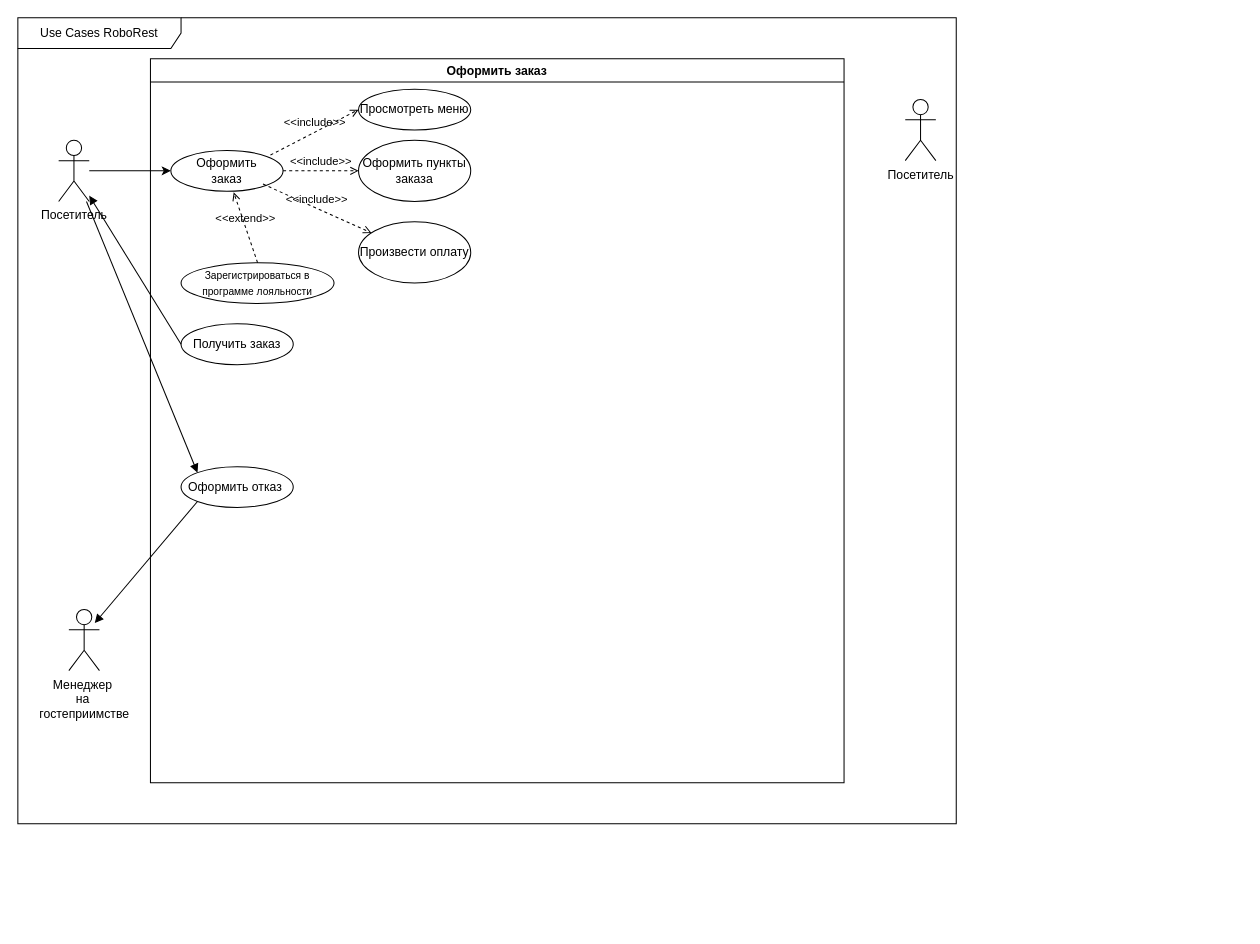
The draw.io diagram page "UseCasesRest" (1 of 2) of Диаграмма без названия.drawio in Isaburo/otusSA, before the edit. Source tidied: cells renumbered, new cells numbered last; positions are measured from the earlier drawing's top-left corner, leaving out a move shared by most shapes. Both pictures are drawn from the tidied source at 102%, with x=0, y=0 at pixel (17, 17).
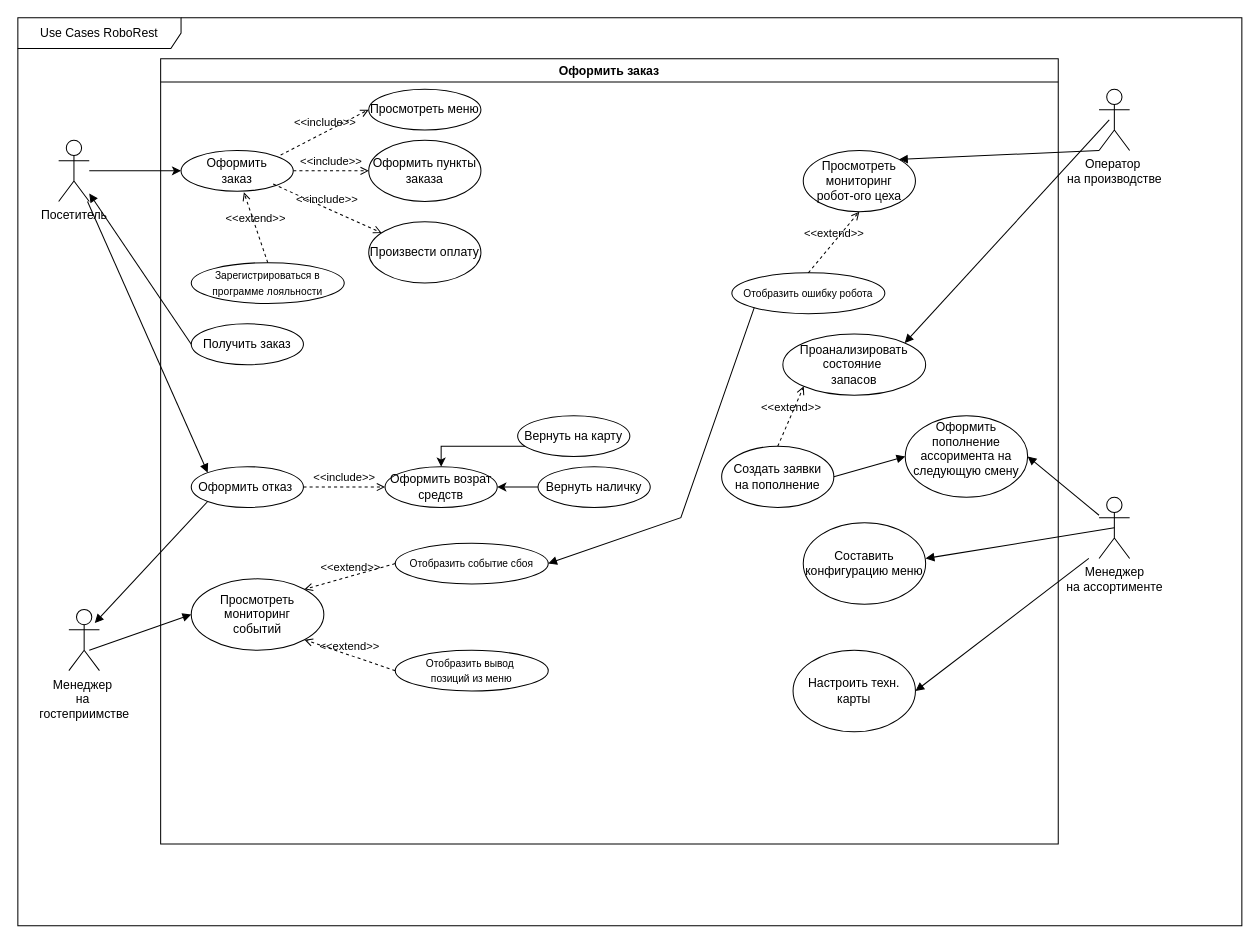
The same diagram, later.

Unchanged cells that the change refers to:
```xml
<mxCell id="16" value="Оформить отказ&amp;nbsp;" style="ellipse;whiteSpace=wrap;html=1;" parent="5" vertex="1">
  <mxGeometry x="30" y="400" width="110" height="40" as="geometry" />
</mxCell>
```

Change to the diagram source:
```diff
@@
     <mxCell id="2" value="Use Cases RoboRest" style="shape=umlFrame;whiteSpace=wrap;html=1;width=160;" parent="1" vertex="1">
-      <mxGeometry width="920" height="790" as="geometry" />
+      <mxGeometry width="1200" height="890" as="geometry" />
     </mxCell>
@@
     <mxCell id="5" value="Оформить заказ" style="swimlane;startSize=23;" parent="2" vertex="1">
-      <mxGeometry x="130" y="40" width="680" height="710" as="geometry" />
+      <mxGeometry x="140" y="40" width="880" height="770" as="geometry" />
     </mxCell>
@@
+    <mxCell id="22" style="edgeStyle=orthogonalEdgeStyle;rounded=0;jettySize=auto;html=1;" parent="5" edge="1" source="25" target="23">
+      <mxGeometry relative="1" as="geometry">
+        <Array as="points">
+          <mxPoint x="275" y="380" />
+        </Array>
+      </mxGeometry>
+    </mxCell>
+    <mxCell id="23" value="Оформить возрат&lt;br&gt;средств" style="ellipse;whiteSpace=wrap;html=1;" parent="5" vertex="1">
+      <mxGeometry x="220" y="400" width="110" height="40" as="geometry" />
+    </mxCell>
+    <mxCell id="24" value="&amp;lt;&amp;lt;include&amp;gt;&amp;gt;" style="html=1;verticalAlign=bottom;labelBackgroundColor=none;endArrow=open;endFill=0;dashed=1;rounded=0;entryX=0;entryY=0.5;entryDx=0;entryDy=0;exitX=1;exitY=0.5;exitDx=0;exitDy=0;" parent="5" edge="1" source="16" target="23">
+      <mxGeometry relative="1" as="geometry" />
+    </mxCell>
+    <mxCell id="25" value="Вернуть на карту" style="ellipse;whiteSpace=wrap;html=1;" parent="5" vertex="1">
+      <mxGeometry x="350" y="350" width="110" height="40" as="geometry" />
+    </mxCell>
+    <mxCell id="26" style="edgeStyle=orthogonalEdgeStyle;rounded=0;jettySize=auto;html=1;" parent="5" edge="1" source="27" target="23">
+      <mxGeometry relative="1" as="geometry" />
+    </mxCell>
+    <mxCell id="27" value="Вернуть наличку" style="ellipse;whiteSpace=wrap;html=1;" parent="5" vertex="1">
+      <mxGeometry x="370" y="400" width="110" height="40" as="geometry" />
+    </mxCell>
+    <mxCell id="28" value="Просмотреть мониторинг&lt;br&gt;событий" style="ellipse;whiteSpace=wrap;html=1;" parent="5" vertex="1">
+      <mxGeometry x="30" y="510" width="130" height="70" as="geometry" />
+    </mxCell>
+    <mxCell id="29" value="&lt;font style=&quot;font-size: 10px;&quot;&gt;Отобразить событие сбоя&lt;/font&gt;" style="ellipse;whiteSpace=wrap;html=1;" parent="5" vertex="1">
+      <mxGeometry x="230" y="475" width="150" height="40" as="geometry" />
+    </mxCell>
+    <mxCell id="30" value="&amp;lt;&amp;lt;extend&amp;gt;&amp;gt;" style="html=1;verticalAlign=bottom;labelBackgroundColor=none;endArrow=open;endFill=0;dashed=1;rounded=0;exitX=0;exitY=0.5;exitDx=0;exitDy=0;entryX=1;entryY=0;entryDx=0;entryDy=0;" parent="5" edge="1" source="29" target="28">
+      <mxGeometry relative="1" as="geometry" />
+    </mxCell>
+    <mxCell id="31" value="&lt;font style=&quot;font-size: 10px;&quot;&gt;Отобразить вывод&amp;nbsp;&lt;br&gt;позиций из меню&lt;/font&gt;" style="ellipse;whiteSpace=wrap;html=1;" parent="5" vertex="1">
+      <mxGeometry x="230" y="580" width="150" height="40" as="geometry" />
+    </mxCell>
+    <mxCell id="32" value="&amp;lt;&amp;lt;extend&amp;gt;&amp;gt;" style="html=1;verticalAlign=bottom;labelBackgroundColor=none;endArrow=open;endFill=0;dashed=1;rounded=0;exitX=0;exitY=0.5;exitDx=0;exitDy=0;entryX=1;entryY=1;entryDx=0;entryDy=0;" parent="5" edge="1" source="31" target="28">
+      <mxGeometry relative="1" as="geometry" />
+    </mxCell>
+    <mxCell id="33" value="Проанализировать&lt;br&gt;состояние&amp;nbsp;&lt;br&gt;запасов" style="ellipse;whiteSpace=wrap;html=1;" parent="5" vertex="1">
+      <mxGeometry x="610" y="270" width="140" height="60" as="geometry" />
+    </mxCell>
+    <mxCell id="34" value="Просмотреть мониторинг&lt;br&gt;робот-ого цеха" style="ellipse;whiteSpace=wrap;html=1;" parent="5" vertex="1">
+      <mxGeometry x="630" y="90" width="110" height="60" as="geometry" />
+    </mxCell>
+    <mxCell id="35" value="&lt;font style=&quot;font-size: 10px;&quot;&gt;Отобразить ошибку робота&lt;/font&gt;" style="ellipse;whiteSpace=wrap;html=1;" parent="5" vertex="1">
+      <mxGeometry x="560" y="210" width="150" height="40" as="geometry" />
+    </mxCell>
+    <mxCell id="36" value="&amp;lt;&amp;lt;extend&amp;gt;&amp;gt;" style="html=1;verticalAlign=bottom;labelBackgroundColor=none;endArrow=open;endFill=0;dashed=1;rounded=0;exitX=0.5;exitY=0;exitDx=0;exitDy=0;entryX=0.5;entryY=1;entryDx=0;entryDy=0;" parent="5" edge="1" source="35" target="34">
+      <mxGeometry relative="1" as="geometry" />
+    </mxCell>
+    <mxCell id="37" value="Создать заявки&lt;br&gt;на пополнение" style="ellipse;whiteSpace=wrap;html=1;" parent="5" vertex="1">
+      <mxGeometry x="550" y="380" width="110" height="60" as="geometry" />
+    </mxCell>
+    <mxCell id="38" value="&amp;lt;&amp;lt;extend&amp;gt;&amp;gt;" style="html=1;verticalAlign=bottom;labelBackgroundColor=none;endArrow=open;endFill=0;dashed=1;rounded=0;exitX=0.5;exitY=0;exitDx=0;exitDy=0;entryX=0;entryY=1;entryDx=0;entryDy=0;" parent="5" edge="1" source="37" target="33">
+      <mxGeometry relative="1" as="geometry" />
+    </mxCell>
+    <mxCell id="39" value="Оформить пополнение ассоримента на следующую смену&lt;div&gt;&lt;br&gt;&lt;/div&gt;" style="ellipse;whiteSpace=wrap;html=1;" parent="5" vertex="1">
+      <mxGeometry x="730" y="350" width="120" height="80" as="geometry" />
+    </mxCell>
+    <mxCell id="40" style="html=1;verticalAlign=bottom;labelBackgroundColor=none;endArrow=block;endFill=1;rounded=0;exitX=1;exitY=0.5;exitDx=0;exitDy=0;entryX=0;entryY=0.5;entryDx=0;entryDy=0;" parent="5" edge="1" source="37" target="39">
+      <mxGeometry relative="1" as="geometry" />
+    </mxCell>
+    <mxCell id="41" value="Составить конфигурацию меню" style="ellipse;whiteSpace=wrap;html=1;" parent="5" vertex="1">
+      <mxGeometry x="630" y="455" width="120" height="80" as="geometry" />
+    </mxCell>
+    <mxCell id="42" value="Настроить техн.&lt;br&gt;карты" style="ellipse;whiteSpace=wrap;html=1;" parent="5" vertex="1">
+      <mxGeometry x="620" y="580" width="120" height="80" as="geometry" />
+    </mxCell>
+    <mxCell id="43" style="html=1;verticalAlign=bottom;labelBackgroundColor=none;endArrow=block;endFill=1;rounded=0;exitX=0;exitY=1;exitDx=0;exitDy=0;entryX=1;entryY=0.5;entryDx=0;entryDy=0;" parent="5" edge="1" source="35" target="29">
+      <mxGeometry relative="1" as="geometry">
+        <Array as="points">
+          <mxPoint x="510" y="450" />
+        </Array>
+      </mxGeometry>
+    </mxCell>
@@
-    <mxCell id="18" value="Посетитель&lt;div&gt;&lt;br&gt;&lt;/div&gt;" style="shape=umlActor;verticalLabelPosition=bottom;verticalAlign=top;html=1;outlineConnect=0;" parent="2" vertex="1">
-      <mxGeometry x="870" y="80" width="30" height="60" as="geometry" />
+    <mxCell id="18" value="&lt;div&gt;Оператор&amp;nbsp;&lt;br&gt;на производстве&lt;/div&gt;&lt;div&gt;&lt;br&gt;&lt;/div&gt;" style="shape=umlActor;verticalLabelPosition=bottom;verticalAlign=top;html=1;outlineConnect=0;" parent="2" vertex="1">
+      <mxGeometry x="1060" y="70" width="30" height="60" as="geometry" />
     </mxCell>
@@
+    <mxCell id="44" style="html=1;verticalAlign=bottom;labelBackgroundColor=none;endArrow=block;endFill=1;rounded=0;entryX=0;entryY=0.5;entryDx=0;entryDy=0;" parent="2" edge="1" target="28">
+      <mxGeometry relative="1" as="geometry">
+        <mxPoint x="70" y="620" as="sourcePoint" />
+      </mxGeometry>
+    </mxCell>
+    <mxCell id="45" style="html=1;verticalAlign=bottom;labelBackgroundColor=none;endArrow=block;endFill=1;rounded=0;entryX=1;entryY=0;entryDx=0;entryDy=0;" parent="2" edge="1" target="33">
+      <mxGeometry relative="1" as="geometry">
+        <mxPoint x="1070" y="100" as="sourcePoint" />
+      </mxGeometry>
+    </mxCell>
+    <mxCell id="46" style="html=1;verticalAlign=bottom;labelBackgroundColor=none;endArrow=block;endFill=1;rounded=0;exitX=0;exitY=1;exitDx=0;exitDy=0;exitPerimeter=0;entryX=1;entryY=0;entryDx=0;entryDy=0;" parent="2" edge="1" source="18" target="34">
+      <mxGeometry relative="1" as="geometry" />
+    </mxCell>
+    <mxCell id="47" value="&lt;div&gt;Менеджер&lt;br&gt;на ассортименте&lt;/div&gt;" style="shape=umlActor;verticalLabelPosition=bottom;verticalAlign=top;html=1;outlineConnect=0;" parent="2" vertex="1">
+      <mxGeometry x="1060" y="470" width="30" height="60" as="geometry" />
+    </mxCell>
+    <mxCell id="48" style="html=1;verticalAlign=bottom;labelBackgroundColor=none;endArrow=block;endFill=1;rounded=0;entryX=1;entryY=0.5;entryDx=0;entryDy=0;" parent="2" edge="1" source="47" target="39">
+      <mxGeometry relative="1" as="geometry" />
+    </mxCell>
+    <mxCell id="49" style="html=1;verticalAlign=bottom;labelBackgroundColor=none;endArrow=block;endFill=1;rounded=0;exitX=0.5;exitY=0.5;exitDx=0;exitDy=0;exitPerimeter=0;" parent="1" edge="1" source="47">
+      <mxGeometry relative="1" as="geometry">
+        <mxPoint x="890" y="530" as="targetPoint" />
+      </mxGeometry>
+    </mxCell>
+    <mxCell id="50" style="html=1;verticalAlign=bottom;labelBackgroundColor=none;endArrow=block;endFill=1;rounded=0;entryX=1;entryY=0.5;entryDx=0;entryDy=0;" parent="1" edge="1" target="42">
+      <mxGeometry relative="1" as="geometry">
+        <mxPoint x="1050" y="530" as="sourcePoint" />
+      </mxGeometry>
+    </mxCell>
```
